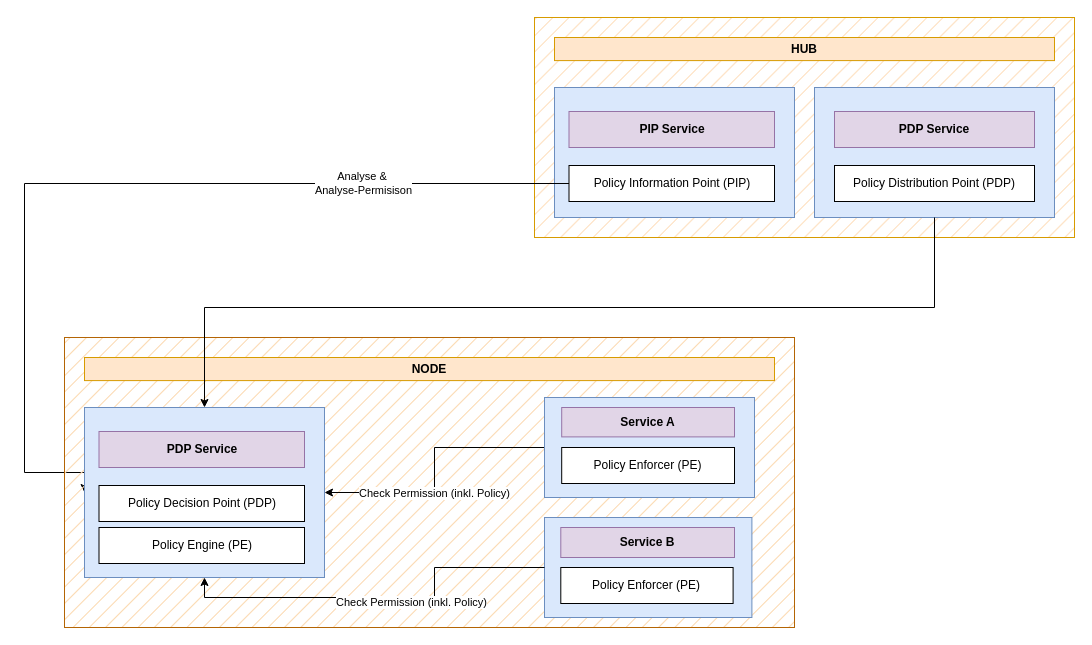
Earlier version of the draw.io diagram architecture/policy.drawio (PrivateAIM/diagrams). Source tidied: cells renumbered, new cells numbered last; positions are measured from the earlier drawing's top-left corner, leaving out a move shared by most shapes. Both pictures are drawn from the tidied source at 100%, with x=0, y=0 at pixel (24, 17).
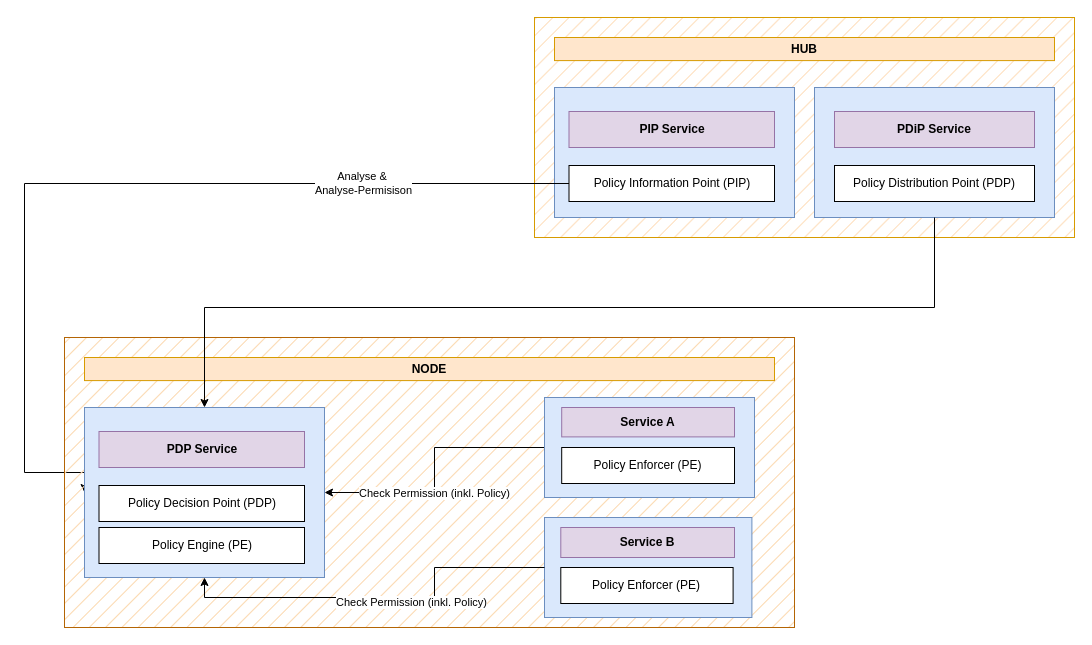
After the change.

What changed in the source:
```diff
@@
-    <mxCell id="11" value="&lt;b&gt;PDP Service&lt;/b&gt;" style="rounded=0;whiteSpace=wrap;html=1;fillColor=#e1d5e7;strokeColor=#9673a6;" parent="1" vertex="1">
+    <mxCell id="11" value="&lt;b&gt;PDiP Service&lt;/b&gt;" style="rounded=0;whiteSpace=wrap;html=1;fillColor=#e1d5e7;strokeColor=#9673a6;" parent="1" vertex="1">
       <mxGeometry x="810" y="94" width="200" height="36" as="geometry" />
     </mxCell>
```
